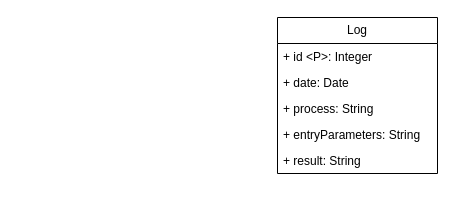
Above: diagrams/conceptual-diagram-log.drawio in danielpilot/event-database (draw.io), before the change. Source tidied: cells renumbered, new cells numbered last; positions are measured from the earlier drawing's top-left corner, leaving out a move shared by most shapes. Both pictures are drawn from the tidied source at 100%, with x=0, y=0 at pixel (277, 17).
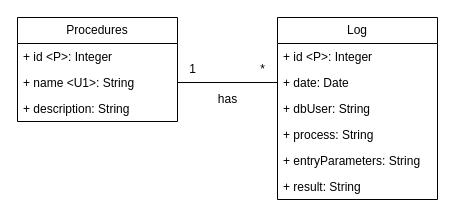
The same diagram, later.

Commit message:
Add procedures and db user.

The edit, as a diff of the source:
```diff
@@
 <mxGraphModel>
   <root>
     <mxCell id="0" />
     <mxCell id="1" parent="0" />
     <mxCell id="2" value="Log" style="swimlane;fontStyle=0;horizontal=1;startSize=26;fillColor=none;whiteSpace=wrap;html=1;" parent="1" vertex="1">
-      <mxGeometry width="160" height="156" as="geometry" />
+      <mxGeometry width="160" height="182" as="geometry" />
     </mxCell>
     <mxCell id="3" value="+ id &amp;lt;P&amp;gt;: Integer" style="text;strokeColor=none;fillColor=none;align=left;verticalAlign=top;spacingLeft=4;spacingRight=4;overflow=hidden;whiteSpace=wrap;html=1;" parent="2" vertex="1">
       <mxGeometry y="26" width="160" height="26" as="geometry" />
     </mxCell>
     <mxCell id="4" value="+ date: Date" style="text;strokeColor=none;fillColor=none;align=left;verticalAlign=top;spacingLeft=4;spacingRight=4;overflow=hidden;points=[[0,0.5],[1,0.5]];portConstraint=eastwest;whiteSpace=wrap;html=1;" parent="2" vertex="1">
       <mxGeometry y="52" width="160" height="26" as="geometry" />
     </mxCell>
+    <mxCell id="8" value="+ dbUser: String" style="text;strokeColor=none;fillColor=none;align=left;verticalAlign=top;spacingLeft=4;spacingRight=4;overflow=hidden;whiteSpace=wrap;html=1;" parent="2" vertex="1">
+      <mxGeometry y="78" width="160" height="26" as="geometry" />
+    </mxCell>
     <mxCell id="5" value="+ process: String" style="text;strokeColor=none;fillColor=none;align=left;verticalAlign=top;spacingLeft=4;spacingRight=4;overflow=hidden;whiteSpace=wrap;html=1;" parent="2" vertex="1">
-      <mxGeometry y="78" width="160" height="26" as="geometry" />
+      <mxGeometry y="104" width="160" height="26" as="geometry" />
     </mxCell>
     <mxCell id="6" value="+ entryParameters: String" style="text;strokeColor=none;fillColor=none;align=left;verticalAlign=top;spacingLeft=4;spacingRight=4;overflow=hidden;whiteSpace=wrap;html=1;" parent="2" vertex="1">
-      <mxGeometry y="104" width="160" height="26" as="geometry" />
+      <mxGeometry y="130" width="160" height="26" as="geometry" />
     </mxCell>
     <mxCell id="7" value="+ result: String" style="text;strokeColor=none;fillColor=none;align=left;verticalAlign=top;spacingLeft=4;spacingRight=4;overflow=hidden;whiteSpace=wrap;html=1;" parent="2" vertex="1">
-      <mxGeometry y="130" width="160" height="26" as="geometry" />
+      <mxGeometry y="156" width="160" height="26" as="geometry" />
     </mxCell>
+    <mxCell id="9" value="Procedures" style="swimlane;fontStyle=0;horizontal=1;startSize=26;fillColor=none;whiteSpace=wrap;html=1;" parent="1" vertex="1">
+      <mxGeometry x="-260" width="160" height="104" as="geometry" />
+    </mxCell>
+    <mxCell id="10" value="+ id &amp;lt;P&amp;gt;: Integer" style="text;strokeColor=none;fillColor=none;align=left;verticalAlign=top;spacingLeft=4;spacingRight=4;overflow=hidden;whiteSpace=wrap;html=1;" parent="9" vertex="1">
+      <mxGeometry y="26" width="160" height="26" as="geometry" />
+    </mxCell>
+    <mxCell id="11" value="+ name &amp;lt;U1&amp;gt;: String" style="text;strokeColor=none;fillColor=none;align=left;verticalAlign=top;spacingLeft=4;spacingRight=4;overflow=hidden;points=[[0,0.5],[1,0.5]];portConstraint=eastwest;whiteSpace=wrap;html=1;" parent="9" vertex="1">
+      <mxGeometry y="52" width="160" height="26" as="geometry" />
+    </mxCell>
+    <mxCell id="12" value="+ description: String" style="text;strokeColor=none;fillColor=none;align=left;verticalAlign=top;spacingLeft=4;spacingRight=4;overflow=hidden;whiteSpace=wrap;html=1;" parent="9" vertex="1">
+      <mxGeometry y="78" width="160" height="26" as="geometry" />
+    </mxCell>
+    <mxCell id="13" style="endArrow=none;html=1;rounded=0;entryX=0;entryY=0.5;entryDx=0;entryDy=0;exitX=1;exitY=0.5;exitDx=0;exitDy=0;" parent="1" edge="1" source="11" target="4">
+      <mxGeometry relative="1" as="geometry" />
+    </mxCell>
+    <mxCell id="14" value="1" style="text;html=1;align=center;verticalAlign=middle;strokeColor=none;fillColor=none;" parent="1" vertex="1">
+      <mxGeometry x="-100" y="37" width="30" height="30" as="geometry" />
+    </mxCell>
+    <mxCell id="15" value="*" style="text;html=1;align=center;verticalAlign=middle;strokeColor=none;fillColor=none;" parent="1" vertex="1">
+      <mxGeometry x="-30" y="37" width="30" height="30" as="geometry" />
+    </mxCell>
+    <mxCell id="16" value="has" style="text;html=1;align=center;verticalAlign=middle;strokeColor=none;fillColor=none;" parent="1" vertex="1">
+      <mxGeometry x="-70" y="67" width="40" height="30" as="geometry" />
+    </mxCell>
   </root>
 </mxGraphModel>
```
